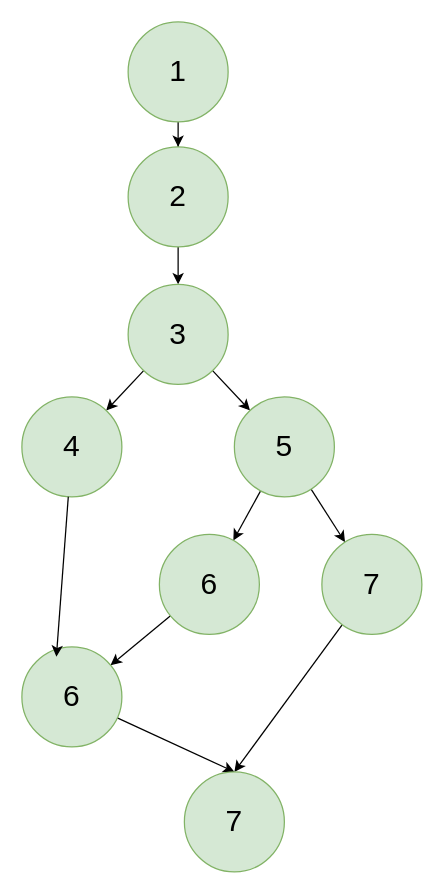
Before: bpt testing.drawio in ThikerXCX/umltoko, a draw.io diagram. Source tidied: cells renumbered, new cells numbered last; positions are measured from the earlier drawing's top-left corner, leaving out a move shared by most shapes. Both pictures are drawn from the tidied source at 125%, with x=0, y=0 at pixel (21, 21).
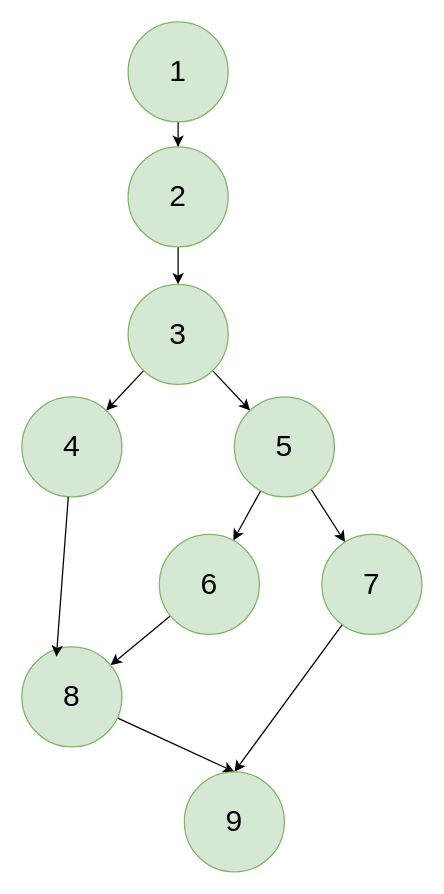
The same diagram, later.

Change to the diagram source:
```diff
@@
-    <mxCell id="18" value="&lt;font style=&quot;font-size: 24px;&quot;&gt;6&lt;/font&gt;" style="ellipse;whiteSpace=wrap;html=1;fillColor=#d5e8d4;strokeColor=#82b366;" parent="1" vertex="1">
+    <mxCell id="18" value="&lt;font style=&quot;font-size: 24px;&quot;&gt;8&lt;/font&gt;" style="ellipse;whiteSpace=wrap;html=1;fillColor=#d5e8d4;strokeColor=#82b366;" parent="1" vertex="1">
       <mxGeometry y="500" width="80" height="80" as="geometry" />
     </mxCell>
@@
-    <mxCell id="20" value="&lt;font style=&quot;font-size: 24px;&quot;&gt;7&lt;/font&gt;" style="ellipse;whiteSpace=wrap;html=1;fillColor=#d5e8d4;strokeColor=#82b366;" parent="1" vertex="1">
+    <mxCell id="20" value="&lt;span style=&quot;font-size: 24px;&quot;&gt;9&lt;/span&gt;" style="ellipse;whiteSpace=wrap;html=1;fillColor=#d5e8d4;strokeColor=#82b366;" parent="1" vertex="1">
       <mxGeometry x="130" y="600" width="80" height="80" as="geometry" />
     </mxCell>
```
